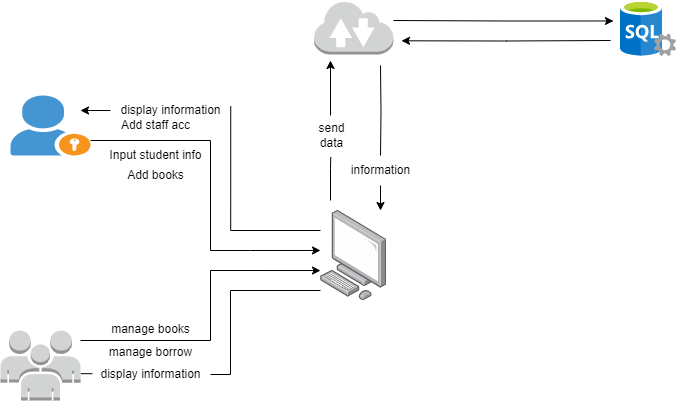
Earlier version of the draw.io export operational_f.png (Jayrou12345/Flowchart). Source tidied: cells renumbered, new cells last; positions are measured from the earlier drawing's top-left corner, leaving out a move shared by most shapes.
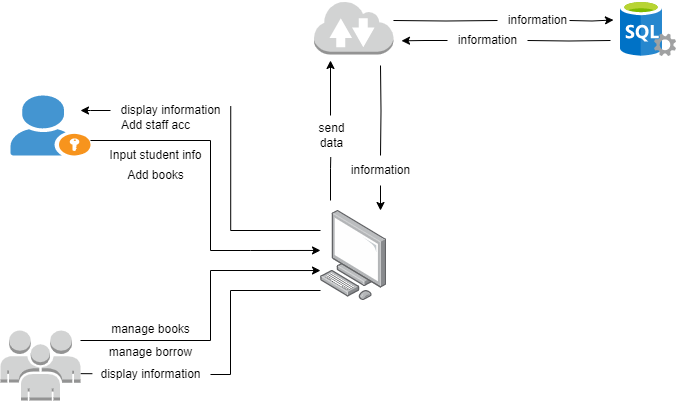
After the commit.

The edit, as a diff of the source:
```diff
@@ -1,4 +1,4 @@
-<mxGraphModel background="#ffffff">
+<mxGraphModel>
   <root>
     <mxCell id="0" />
     <mxCell id="1" parent="0" />
@@ -102,8 +102,8 @@
     </mxCell>
     <mxCell id="21" style="edgeStyle=orthogonalEdgeStyle;rounded=0;orthogonalLoop=1;jettySize=auto;html=1;" parent="1" edge="1">
       <mxGeometry relative="1" as="geometry">
-        <mxPoint x="393" y="20" as="sourcePoint" />
-        <mxPoint x="613" y="20.5" as="targetPoint" />
+        <mxPoint x="569" y="20" as="sourcePoint" />
+        <mxPoint x="613" y="19.5" as="targetPoint" />
       </mxGeometry>
     </mxCell>
     <mxCell id="22" style="dashed=0;verticalLabelPosition=bottom;verticalAlign=top;align=center;html=1;shape=mxgraph.aws3.internet_2;fillColor=#D2D3D3;gradientColor=none;" parent="1" vertex="1">
@@ -120,14 +120,29 @@
     <mxCell id="25" value="information" style="text;html=1;align=center;verticalAlign=middle;points=[];strokeColor=none;fillColor=none;" parent="1" vertex="1">
       <mxGeometry x="340" y="155" width="80" height="30" as="geometry" />
     </mxCell>
-    <mxCell id="26" style="edgeStyle=orthogonalEdgeStyle;rounded=0;orthogonalLoop=1;jettySize=auto;html=1;" parent="1" edge="1">
+    <mxCell id="26" style="edgeStyle=orthogonalEdgeStyle;rounded=0;jettySize=auto;html=1;" parent="1" edge="1" source="31">
       <mxGeometry relative="1" as="geometry">
-        <mxPoint x="610" y="40" as="sourcePoint" />
         <mxPoint x="401" y="40.3" as="targetPoint" />
       </mxGeometry>
     </mxCell>
     <mxCell id="27" style="image;sketch=0;html=1;align=center;fontSize=12;image=img/lib/mscae/SQL_Servers.svg;" parent="1" vertex="1">
       <mxGeometry x="620" width="56" height="56" as="geometry" />
     </mxCell>
+    <mxCell id="28" style="edgeStyle=orthogonalEdgeStyle;rounded=0;jettySize=auto;html=1;endArrow=none;endFill=0;" parent="1" edge="1" target="29">
+      <mxGeometry relative="1" as="geometry">
+        <mxPoint x="393" y="20" as="sourcePoint" />
+      </mxGeometry>
+    </mxCell>
+    <mxCell id="29" value="information" style="text;html=1;align=center;verticalAlign=middle;points=[];strokeColor=none;fillColor=none;" parent="1" vertex="1">
+      <mxGeometry x="497" y="5" width="80" height="30" as="geometry" />
+    </mxCell>
+    <mxCell id="30" style="edgeStyle=orthogonalEdgeStyle;rounded=0;jettySize=auto;html=1;endArrow=none;endFill=0;" parent="1" edge="1" target="31">
+      <mxGeometry relative="1" as="geometry">
+        <mxPoint x="610" y="40" as="sourcePoint" />
+      </mxGeometry>
+    </mxCell>
+    <mxCell id="31" value="information" style="text;html=1;align=center;verticalAlign=middle;points=[];strokeColor=none;fillColor=none;" parent="1" vertex="1">
+      <mxGeometry x="447" y="25" width="80" height="30" as="geometry" />
+    </mxCell>
   </root>
 </mxGraphModel>
```
